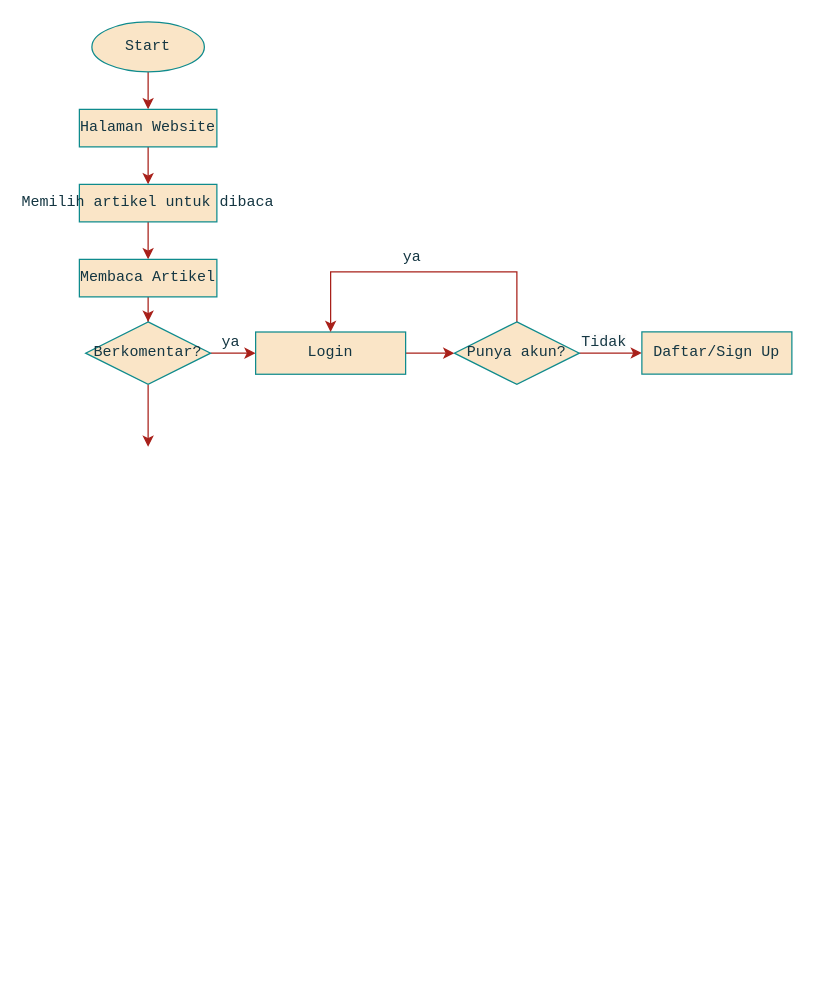
EnjoyUrLife69/ARTICLE keeps this draw.io diagram as Untitled Diagram.drawio. Above is the earlier version. Source tidied: cells renumbered, new cells numbered last; positions are measured from the earlier drawing's top-left corner, leaving out a move shared by most shapes. Both pictures are drawn from the tidied source at 125%, with x=0, y=0 at pixel (79, 21).
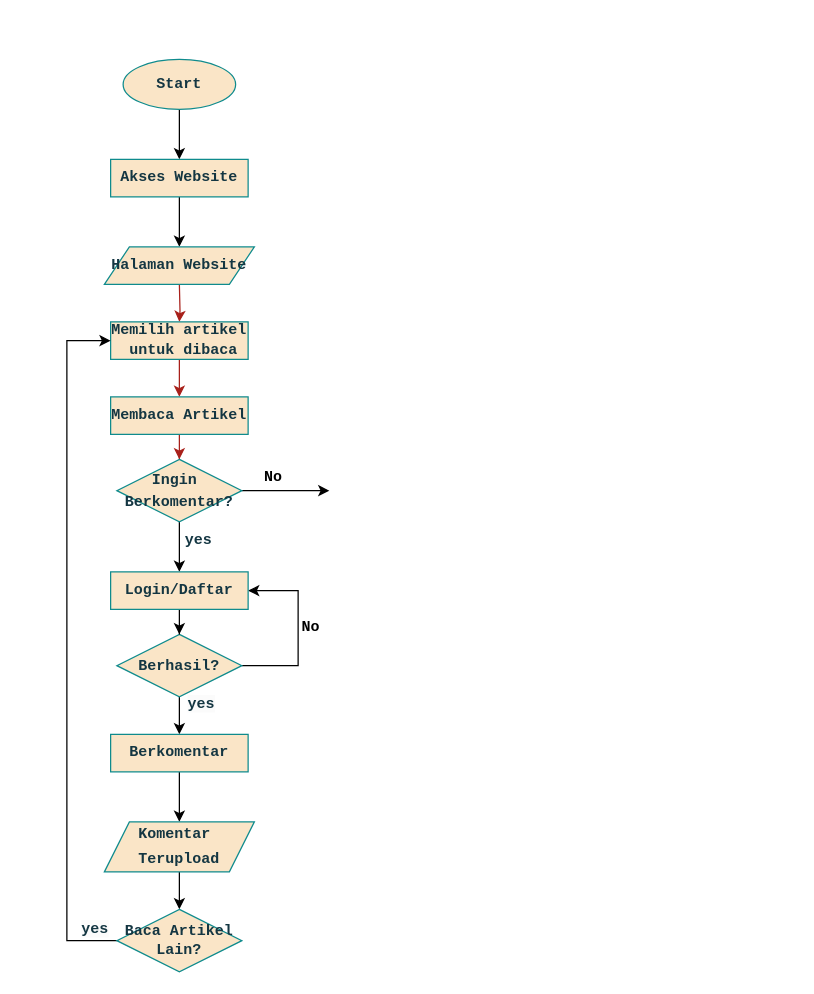
The same page after the edit.

Diff of the diagram source:
```diff
@@
-    <mxCell id="2" style="edgeStyle=orthogonalEdgeStyle;rounded=0;jettySize=auto;html=1;labelBackgroundColor=none;strokeColor=#A8201A;fontColor=default;" parent="1" edge="1" source="3" target="5">
-      <mxGeometry relative="1" as="geometry" />
-    </mxCell>
+    <mxCell id="22" style="edgeStyle=orthogonalEdgeStyle;rounded=0;jettySize=auto;html=1;" parent="1" edge="1" source="3" target="29">
+      <mxGeometry relative="1" as="geometry" />
+    </mxCell>
-    <mxCell id="3" value="&lt;pre&gt;Start&lt;/pre&gt;" style="ellipse;whiteSpace=wrap;html=1;labelBackgroundColor=none;fillColor=#FAE5C7;strokeColor=#0F8B8D;fontColor=#143642;" parent="1" vertex="1">
-      <mxGeometry x="10" width="90" height="40" as="geometry" />
+    <mxCell id="3" value="&lt;pre&gt;Start&lt;/pre&gt;" style="ellipse;whiteSpace=wrap;html=1;labelBackgroundColor=none;fillColor=#FAE5C7;strokeColor=#0F8B8D;fontColor=#143642;fontStyle=1;" parent="1" vertex="1">
+      <mxGeometry x="35" y="30" width="90" height="40" as="geometry" />
     </mxCell>
-    <mxCell id="4" style="edgeStyle=orthogonalEdgeStyle;rounded=0;jettySize=auto;html=1;labelBackgroundColor=none;strokeColor=#A8201A;fontColor=default;" parent="1" edge="1" source="5" target="7">
-      <mxGeometry relative="1" as="geometry" />
+    <mxCell id="4" style="edgeStyle=orthogonalEdgeStyle;rounded=0;jettySize=auto;html=1;labelBackgroundColor=none;strokeColor=#A8201A;fontColor=default;fontStyle=1;" parent="1" edge="1" target="7">
+      <mxGeometry relative="1" as="geometry">
+        <mxPoint x="80" y="210" as="sourcePoint" />
+      </mxGeometry>
     </mxCell>
-    <mxCell id="5" value="&lt;pre&gt;Halaman Website&lt;/pre&gt;" style="whiteSpace=wrap;html=1;labelBackgroundColor=none;fillColor=#FAE5C7;strokeColor=#0F8B8D;fontColor=#143642;" parent="1" vertex="1">
-      <mxGeometry y="70" width="110" height="30" as="geometry" />
-    </mxCell>
-    <mxCell id="6" style="edgeStyle=orthogonalEdgeStyle;rounded=0;jettySize=auto;html=1;strokeColor=#A8201A;fontColor=default;fillColor=#FAE5C7;labelBackgroundColor=none;" parent="1" edge="1" source="7" target="9">
+    <mxCell id="6" style="edgeStyle=orthogonalEdgeStyle;rounded=0;jettySize=auto;html=1;strokeColor=#A8201A;fontColor=default;fillColor=#FAE5C7;labelBackgroundColor=none;fontStyle=1;" parent="1" edge="1" source="7" target="9">
       <mxGeometry relative="1" as="geometry" />
     </mxCell>
-    <mxCell id="7" value="&lt;pre&gt;Memilih artikel untuk dibaca&lt;/pre&gt;" style="whiteSpace=wrap;html=1;labelBackgroundColor=none;fillColor=#FAE5C7;strokeColor=#0F8B8D;fontColor=#143642;" parent="1" vertex="1">
-      <mxGeometry y="130" width="110" height="30" as="geometry" />
+    <mxCell id="7" value="&lt;pre style=&quot;line-height: 30%;&quot;&gt;Memilih artikel&lt;/pre&gt;&lt;pre style=&quot;line-height: 30%;&quot;&gt; untuk dibaca&lt;/pre&gt;" style="whiteSpace=wrap;html=1;labelBackgroundColor=none;fillColor=#FAE5C7;strokeColor=#0F8B8D;fontColor=#143642;fontStyle=1;" parent="1" vertex="1">
+      <mxGeometry x="25" y="240" width="110" height="30" as="geometry" />
     </mxCell>
-    <mxCell id="8" style="edgeStyle=orthogonalEdgeStyle;rounded=0;jettySize=auto;html=1;strokeColor=#A8201A;fontColor=default;fillColor=#FAE5C7;labelBackgroundColor=none;" parent="1" edge="1" source="9" target="12">
+    <mxCell id="8" style="edgeStyle=orthogonalEdgeStyle;rounded=0;jettySize=auto;html=1;strokeColor=#A8201A;fontColor=default;fillColor=#FAE5C7;labelBackgroundColor=none;fontStyle=1;" parent="1" edge="1" source="9" target="12">
       <mxGeometry relative="1" as="geometry" />
     </mxCell>
-    <mxCell id="9" value="&lt;pre&gt;Membaca Artikel&lt;/pre&gt;" style="whiteSpace=wrap;html=1;fillColor=#FAE5C7;strokeColor=#0F8B8D;fontColor=#143642;labelBackgroundColor=none;" parent="1" vertex="1">
-      <mxGeometry y="190" width="110" height="30" as="geometry" />
+    <mxCell id="9" value="&lt;pre&gt;Membaca Artikel&lt;/pre&gt;" style="whiteSpace=wrap;html=1;fillColor=#FAE5C7;strokeColor=#0F8B8D;fontColor=#143642;labelBackgroundColor=none;fontStyle=1;" parent="1" vertex="1">
+      <mxGeometry x="25" y="300" width="110" height="30" as="geometry" />
     </mxCell>
-    <mxCell id="10" style="edgeStyle=orthogonalEdgeStyle;rounded=0;jettySize=auto;html=1;strokeColor=#A8201A;fontColor=default;fillColor=#FAE5C7;labelBackgroundColor=none;" parent="1" edge="1" source="12" target="14">
-      <mxGeometry relative="1" as="geometry" />
-    </mxCell>
-    <mxCell id="11" style="edgeStyle=orthogonalEdgeStyle;rounded=0;jettySize=auto;html=1;strokeColor=#A8201A;fontColor=default;fillColor=#FAE5C7;labelBackgroundColor=none;" parent="1" edge="1" source="12">
-      <mxGeometry relative="1" as="geometry">
-        <mxPoint x="55" y="340" as="targetPoint" />
-      </mxGeometry>
-    </mxCell>
+    <mxCell id="23" style="edgeStyle=orthogonalEdgeStyle;rounded=0;jettySize=auto;html=1;" parent="1" edge="1" source="12" target="31">
+      <mxGeometry relative="1" as="geometry" />
+    </mxCell>
+    <mxCell id="24" style="edgeStyle=orthogonalEdgeStyle;rounded=0;jettySize=auto;html=1;" parent="1" edge="1" source="12">
+      <mxGeometry relative="1" as="geometry">
+        <mxPoint x="200" y="375" as="targetPoint" />
+      </mxGeometry>
+    </mxCell>
-    <mxCell id="12" value="&lt;pre&gt;Berkomentar?&lt;/pre&gt;" style="rhombus;whiteSpace=wrap;html=1;fillColor=#FAE5C7;strokeColor=#0F8B8D;fontColor=#143642;labelBackgroundColor=none;" parent="1" vertex="1">
-      <mxGeometry x="5" y="240" width="100" height="50" as="geometry" />
+    <mxCell id="12" value="&lt;pre style=&quot;line-height: 50%;&quot;&gt;Ingin &lt;/pre&gt;&lt;pre style=&quot;line-height: 50%;&quot;&gt;Berkomentar?&lt;/pre&gt;" style="rhombus;whiteSpace=wrap;html=1;fillColor=#FAE5C7;strokeColor=#0F8B8D;fontColor=#143642;labelBackgroundColor=none;fontStyle=1;" parent="1" vertex="1">
+      <mxGeometry x="30" y="350" width="100" height="50" as="geometry" />
     </mxCell>
-    <mxCell id="13" style="edgeStyle=orthogonalEdgeStyle;rounded=0;jettySize=auto;html=1;strokeColor=#A8201A;fontColor=default;fillColor=#FAE5C7;labelBackgroundColor=none;" parent="1" edge="1" source="14" target="18">
-      <mxGeometry relative="1" as="geometry" />
-    </mxCell>
-    <mxCell id="14" value="&lt;pre&gt;Login&lt;/pre&gt;" style="whiteSpace=wrap;html=1;fillColor=#FAE5C7;strokeColor=#0F8B8D;fontColor=#143642;labelBackgroundColor=none;" parent="1" vertex="1">
-      <mxGeometry x="141" y="248.1" width="120" height="33.8" as="geometry" />
-    </mxCell>
-    <mxCell id="15" value="&lt;pre&gt;ya&lt;/pre&gt;" style="text;html=1;align=center;verticalAlign=middle;strokeColor=none;fillColor=none;fontColor=#143642;labelBackgroundColor=none;" parent="1" vertex="1">
-      <mxGeometry x="101" y="231.8" width="40" height="50" as="geometry" />
+    <mxCell id="15" value="&lt;pre&gt;yes&lt;/pre&gt;" style="text;html=1;align=center;verticalAlign=middle;strokeColor=none;fillColor=none;fontColor=#143642;labelBackgroundColor=none;fontStyle=1;" parent="1" vertex="1">
+      <mxGeometry x="75" y="390" width="40" height="50" as="geometry" />
     </mxCell>
-    <mxCell id="16" style="edgeStyle=orthogonalEdgeStyle;rounded=0;jettySize=auto;html=1;strokeColor=#A8201A;fontColor=#143642;fillColor=#FAE5C7;entryX=0.5;entryY=0;entryDx=0;entryDy=0;" parent="1" edge="1" source="18" target="14">
-      <mxGeometry relative="1" as="geometry">
-        <Array as="points">
-          <mxPoint x="350" y="200" />
-          <mxPoint x="201" y="200" />
-        </Array>
-      </mxGeometry>
-    </mxCell>
-    <mxCell id="17" style="edgeStyle=orthogonalEdgeStyle;rounded=0;jettySize=auto;html=1;strokeColor=#A8201A;fontColor=#143642;fillColor=#FAE5C7;" parent="1" edge="1" source="18" target="20">
-      <mxGeometry relative="1" as="geometry" />
-    </mxCell>
-    <mxCell id="18" value="&lt;pre&gt;Punya akun?&lt;/pre&gt;" style="rhombus;whiteSpace=wrap;html=1;fillColor=#FAE5C7;strokeColor=#0F8B8D;fontColor=#143642;labelBackgroundColor=none;" parent="1" vertex="1">
-      <mxGeometry x="300" y="240" width="100" height="50" as="geometry" />
-    </mxCell>
-    <mxCell id="19" value="&lt;pre&gt;ya&lt;/pre&gt;" style="text;html=1;align=center;verticalAlign=middle;strokeColor=none;fillColor=none;fontColor=#143642;labelBackgroundColor=none;" parent="1" vertex="1">
-      <mxGeometry x="246" y="164" width="40" height="50" as="geometry" />
-    </mxCell>
-    <mxCell id="20" value="&lt;pre&gt;Daftar/Sign Up&lt;/pre&gt;" style="whiteSpace=wrap;html=1;fillColor=#FAE5C7;strokeColor=#0F8B8D;fontColor=#143642;labelBackgroundColor=none;" parent="1" vertex="1">
-      <mxGeometry x="450" y="248" width="120" height="33.8" as="geometry" />
-    </mxCell>
-    <mxCell id="21" value="&lt;pre style=&quot;forced-color-adjust: none; color: rgb(20, 54, 66); font-size: 12px; font-style: normal; font-variant-ligatures: normal; font-variant-caps: normal; font-weight: 400; letter-spacing: normal; orphans: 2; text-align: center; text-indent: 0px; text-transform: none; widows: 2; word-spacing: 0px; -webkit-text-stroke-width: 0px; background-color: rgb(251, 251, 251); text-decoration-thickness: initial; text-decoration-style: initial; text-decoration-color: initial;&quot;&gt;Tidak&lt;/pre&gt;" style="text;whiteSpace=wrap;html=1;fontColor=#143642;" parent="1" vertex="1">
-      <mxGeometry x="400" y="230.8" width="20" height="9.2" as="geometry" />
-    </mxCell>
+    <mxCell id="25" style="edgeStyle=orthogonalEdgeStyle;rounded=0;jettySize=auto;html=1;entryX=0.5;entryY=0;entryDx=0;entryDy=0;" parent="1" edge="1" source="27" target="34">
+      <mxGeometry relative="1" as="geometry" />
+    </mxCell>
+    <mxCell id="26" style="edgeStyle=orthogonalEdgeStyle;rounded=0;jettySize=auto;html=1;entryX=1;entryY=0.5;entryDx=0;entryDy=0;" parent="1" edge="1" source="27" target="31">
+      <mxGeometry relative="1" as="geometry">
+        <Array as="points">
+          <mxPoint x="175" y="515" />
+          <mxPoint x="175" y="455" />
+        </Array>
+      </mxGeometry>
+    </mxCell>
+    <mxCell id="27" value="&lt;pre style=&quot;line-height: 50%;&quot;&gt;Berhasil?&lt;/pre&gt;" style="rhombus;whiteSpace=wrap;html=1;fillColor=#FAE5C7;strokeColor=#0F8B8D;fontColor=#143642;labelBackgroundColor=none;fontStyle=1;" parent="1" vertex="1">
+      <mxGeometry x="30" y="490" width="100" height="50" as="geometry" />
+    </mxCell>
+    <mxCell id="28" style="edgeStyle=orthogonalEdgeStyle;rounded=0;jettySize=auto;html=1;" parent="1" edge="1" source="29" target="5">
+      <mxGeometry relative="1" as="geometry" />
+    </mxCell>
+    <mxCell id="29" value="&lt;pre&gt;Akses Website&lt;/pre&gt;" style="whiteSpace=wrap;html=1;labelBackgroundColor=none;fillColor=#FAE5C7;strokeColor=#0F8B8D;fontColor=#143642;fontStyle=1;" parent="1" vertex="1">
+      <mxGeometry x="25" y="110" width="110" height="30" as="geometry" />
+    </mxCell>
+    <mxCell id="5" value="&lt;pre&gt;Halaman Website&lt;/pre&gt;" style="shape=parallelogram;perimeter=parallelogramPerimeter;whiteSpace=wrap;html=1;fixedSize=1;fillColor=#FAE5C7;strokeColor=#0F8B8D;fontColor=#143642;labelBackgroundColor=none;fontStyle=1;" parent="1" vertex="1">
+      <mxGeometry x="20" y="180" width="120" height="30" as="geometry" />
+    </mxCell>
+    <mxCell id="30" style="edgeStyle=orthogonalEdgeStyle;rounded=0;jettySize=auto;html=1;" parent="1" edge="1" source="31" target="27">
+      <mxGeometry relative="1" as="geometry" />
+    </mxCell>
+    <mxCell id="31" value="&lt;pre&gt;Login/Daftar&lt;/pre&gt;" style="whiteSpace=wrap;html=1;fillColor=#FAE5C7;strokeColor=#0F8B8D;fontColor=#143642;labelBackgroundColor=none;fontStyle=1;" parent="1" vertex="1">
+      <mxGeometry x="25" y="440" width="110" height="30" as="geometry" />
+    </mxCell>
+    <mxCell id="32" value="&lt;pre&gt;&lt;b&gt;No&lt;/b&gt;&lt;/pre&gt;" style="text;html=1;align=center;verticalAlign=middle;strokeColor=none;fillColor=none;" parent="1" vertex="1">
+      <mxGeometry x="135" y="340" width="40" height="50" as="geometry" />
+    </mxCell>
+    <mxCell id="33" style="edgeStyle=orthogonalEdgeStyle;rounded=0;jettySize=auto;html=1;" parent="1" edge="1" source="34" target="38">
+      <mxGeometry relative="1" as="geometry" />
+    </mxCell>
+    <mxCell id="34" value="&lt;pre&gt;Berkomentar&lt;/pre&gt;" style="whiteSpace=wrap;html=1;fillColor=#FAE5C7;strokeColor=#0F8B8D;fontColor=#143642;labelBackgroundColor=none;fontStyle=1;" parent="1" vertex="1">
+      <mxGeometry x="25" y="570" width="110" height="30" as="geometry" />
+    </mxCell>
+    <mxCell id="35" value="&lt;pre&gt;&lt;b&gt;No&lt;/b&gt;&lt;/pre&gt;" style="text;html=1;align=center;verticalAlign=middle;strokeColor=none;fillColor=none;" parent="1" vertex="1">
+      <mxGeometry x="165" y="460" width="40" height="50" as="geometry" />
+    </mxCell>
+    <mxCell id="36" value="&lt;pre style=&quot;forced-color-adjust: none; color: rgb(20, 54, 66); font-size: 12px; font-style: normal; font-variant-ligatures: normal; font-variant-caps: normal; font-weight: 700; letter-spacing: normal; orphans: 2; text-align: center; text-indent: 0px; text-transform: none; widows: 2; word-spacing: 0px; -webkit-text-stroke-width: 0px; background-color: rgb(251, 251, 251); text-decoration-thickness: initial; text-decoration-style: initial; text-decoration-color: initial;&quot;&gt;yes&lt;/pre&gt;" style="text;whiteSpace=wrap;html=1;" parent="1" vertex="1">
+      <mxGeometry x="85" y="520" width="50" height="60" as="geometry" />
+    </mxCell>
+    <mxCell id="37" style="edgeStyle=orthogonalEdgeStyle;rounded=0;jettySize=auto;html=1;" parent="1" edge="1" source="38" target="40">
+      <mxGeometry relative="1" as="geometry" />
+    </mxCell>
+    <mxCell id="38" value="&lt;pre style=&quot;line-height: 60%;&quot;&gt;Komentar &lt;/pre&gt;&lt;pre style=&quot;line-height: 60%;&quot;&gt;Terupload&lt;/pre&gt;" style="shape=parallelogram;perimeter=parallelogramPerimeter;whiteSpace=wrap;html=1;fixedSize=1;fillColor=#FAE5C7;strokeColor=#0F8B8D;fontColor=#143642;labelBackgroundColor=none;fontStyle=1;" parent="1" vertex="1">
+      <mxGeometry x="20" y="640" width="120" height="40" as="geometry" />
+    </mxCell>
+    <mxCell id="39" style="edgeStyle=orthogonalEdgeStyle;rounded=0;jettySize=auto;html=1;entryX=0;entryY=0.5;entryDx=0;entryDy=0;" parent="1" edge="1" source="40" target="7">
+      <mxGeometry relative="1" as="geometry">
+        <Array as="points">
+          <mxPoint x="-10" y="735" />
+          <mxPoint x="-10" y="255" />
+        </Array>
+      </mxGeometry>
+    </mxCell>
+    <mxCell id="40" value="&lt;pre style=&quot;line-height: 20%;&quot;&gt;Baca Artikel&lt;/pre&gt;&lt;pre style=&quot;line-height: 20%;&quot;&gt;Lain?&lt;/pre&gt;" style="rhombus;whiteSpace=wrap;html=1;fillColor=#FAE5C7;strokeColor=#0F8B8D;fontColor=#143642;labelBackgroundColor=none;fontStyle=1;" parent="1" vertex="1">
+      <mxGeometry x="30" y="710" width="100" height="50" as="geometry" />
+    </mxCell>
+    <mxCell id="41" value="&lt;pre style=&quot;forced-color-adjust: none; color: rgb(20, 54, 66); font-size: 12px; font-style: normal; font-variant-ligatures: normal; font-variant-caps: normal; font-weight: 700; letter-spacing: normal; orphans: 2; text-align: center; text-indent: 0px; text-transform: none; widows: 2; word-spacing: 0px; -webkit-text-stroke-width: 0px; background-color: rgb(251, 251, 251); text-decoration-thickness: initial; text-decoration-style: initial; text-decoration-color: initial;&quot;&gt;yes&lt;/pre&gt;" style="text;whiteSpace=wrap;html=1;" parent="1" vertex="1">
+      <mxGeometry y="700" width="50" height="60" as="geometry" />
+    </mxCell>
```
